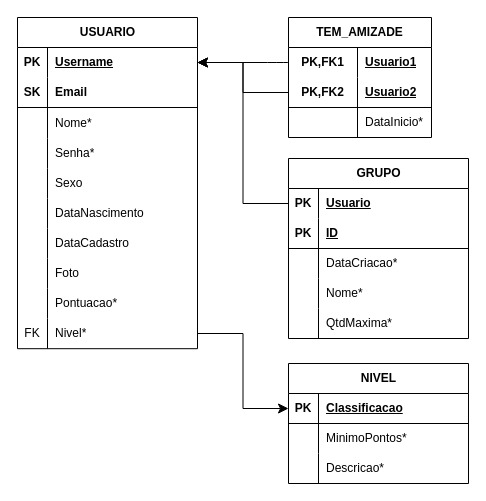
Before: page "Diagrama relacional" (2 of 2) of Dauphin.drawio in ikuyorih9/Dauphin, a draw.io diagram. Source tidied: cells renumbered, new cells numbered last; positions are measured from the earlier drawing's top-left corner, leaving out a move shared by most shapes. Both pictures are drawn from the tidied source at 100%, with x=0, y=0 at pixel (17, 17).
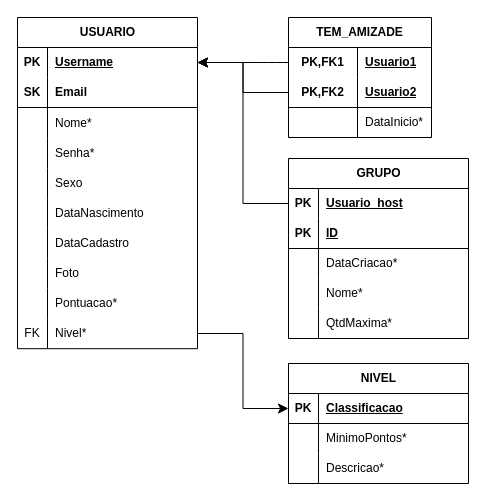
The same diagram, later.

Unchanged cells that the change refers to:
```xml
<mxCell id="57" style="shape=tableRow;horizontal=0;startSize=0;swimlaneHead=0;swimlaneBody=0;fillColor=none;points=[[0,0.5],[1,0.5]];portConstraint=eastwest;top=0;left=0;right=0;bottom=0;" parent="56" vertex="1">
  <mxGeometry y="30" width="180" height="30" as="geometry" />
</mxCell>
```

Diff of the diagram source:
```diff
@@
-    <mxCell id="59" value="&lt;b&gt;&lt;u&gt;Usuario&lt;/u&gt;&lt;/b&gt;" style="shape=partialRectangle;fillColor=none;top=0;left=0;bottom=0;right=0;align=left;spacingLeft=6;overflow=hidden;whiteSpace=wrap;html=1;" parent="57" vertex="1">
+    <mxCell id="59" value="&lt;b&gt;&lt;u&gt;Usuario_host&lt;/u&gt;&lt;/b&gt;" style="shape=partialRectangle;fillColor=none;top=0;left=0;bottom=0;right=0;align=left;spacingLeft=6;overflow=hidden;whiteSpace=wrap;html=1;" parent="57" vertex="1">
       <mxGeometry x="30" width="150" height="30" as="geometry" />
     </mxCell>
```
